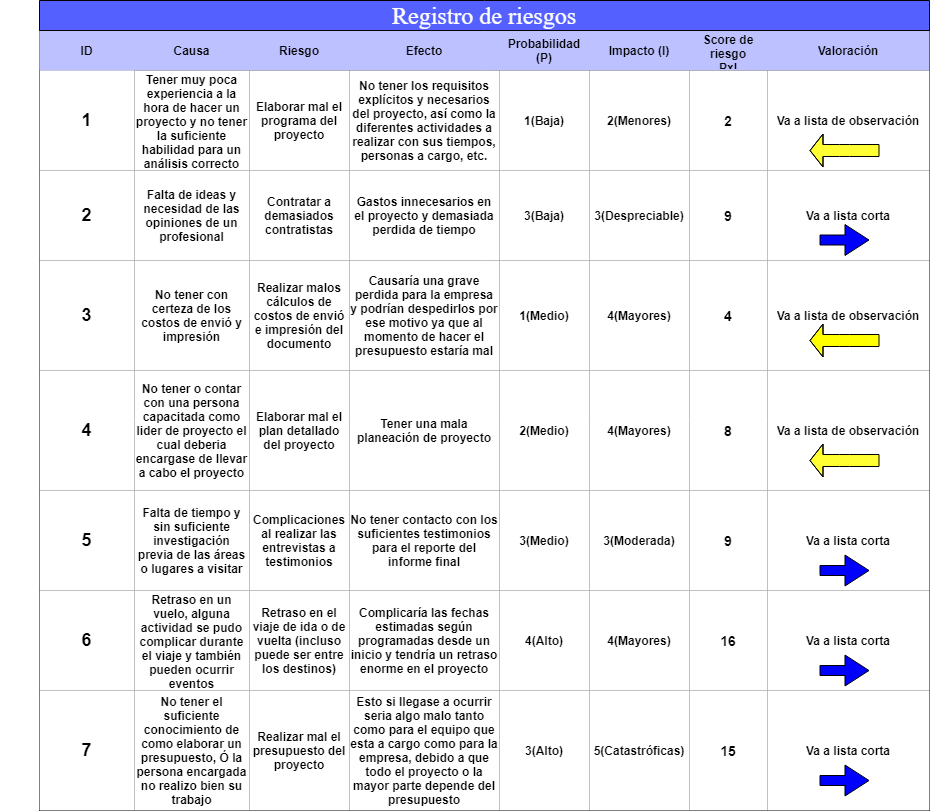
The draw.io diagram Un centro de investigación sin fines de lucro - Matriz de contigencia.png in DanielQwer97/hola, before a commit. Source tidied: cells renumbered, new cells last; positions are measured from the earlier drawing's top-left corner, leaving out a move shared by most shapes.
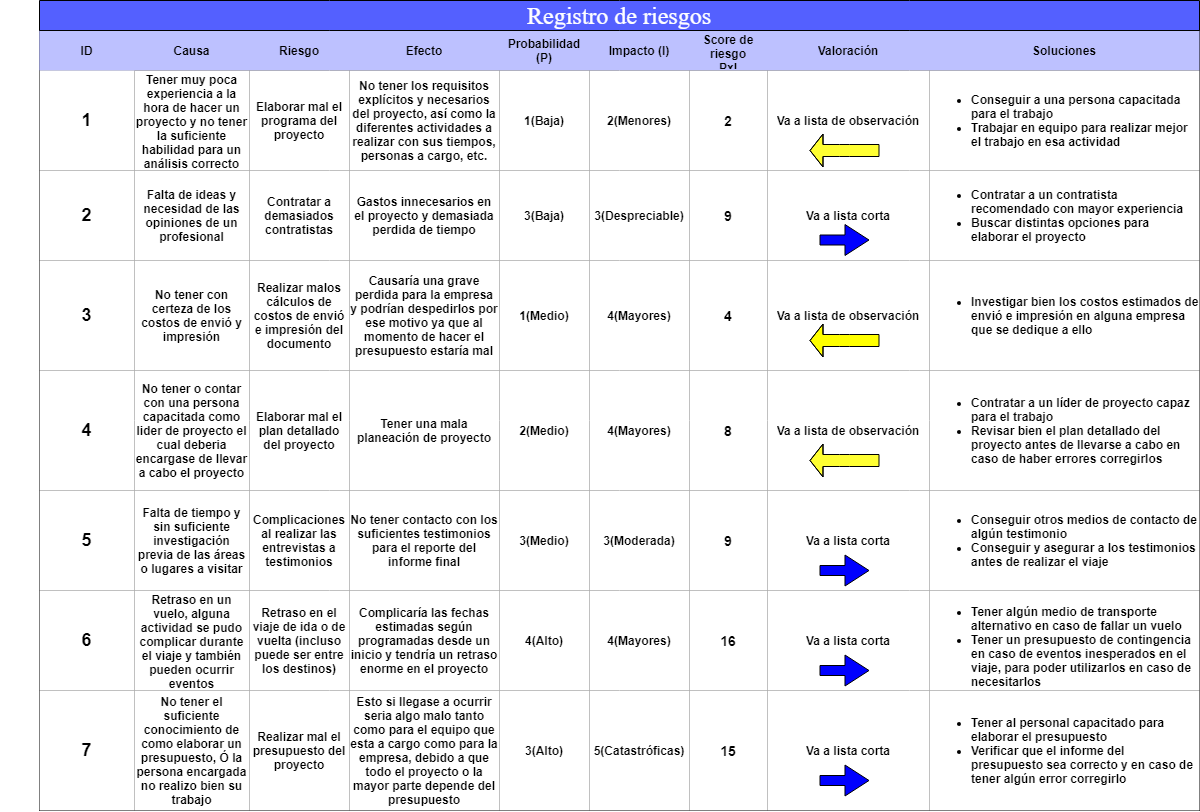
The same file after the commit.

Diff of the diagram source:
```diff
@@ -3,10 +3,10 @@
     <mxCell id="0" />
     <mxCell id="1" parent="0" />
     <mxCell id="2" style="shape=table;html=1;whiteSpace=wrap;startSize=0;" parent="1" vertex="1">
-      <mxGeometry x="45" y="30" width="890" height="780" as="geometry" />
+      <mxGeometry x="45" y="30" width="1160" height="780" as="geometry" />
     </mxCell>
     <mxCell id="3" style="shape=partialRectangle;html=1;whiteSpace=wrap;fillColor=#BDC1FF;top=0;left=0;bottom=0;right=0;" parent="2" vertex="1">
-      <mxGeometry width="890" height="40" as="geometry" />
+      <mxGeometry width="1160" height="40" as="geometry" />
     </mxCell>
     <mxCell id="4" value="&lt;b&gt;ID&lt;/b&gt;" style="shape=partialRectangle;html=1;whiteSpace=wrap;overflow=hidden;fillColor=#BDC1FF;top=0;left=0;bottom=0;right=0;" parent="3" vertex="1">
       <mxGeometry width="95" height="40" as="geometry" />
@@ -32,8 +32,11 @@
     <mxCell id="11" value="&lt;b&gt;Valoración&lt;/b&gt;" style="shape=partialRectangle;html=1;whiteSpace=wrap;overflow=hidden;fillColor=none;top=0;left=0;bottom=0;right=0;" parent="3" vertex="1">
       <mxGeometry x="728" width="162" height="40" as="geometry" />
     </mxCell>
+    <mxCell id="84" value="&lt;b&gt;Soluciones&lt;/b&gt;" style="shape=partialRectangle;html=1;whiteSpace=wrap;overflow=hidden;fillColor=none;top=0;left=0;bottom=0;right=0;" parent="3" vertex="1">
+      <mxGeometry x="890" width="270" height="40" as="geometry" />
+    </mxCell>
     <mxCell id="12" style="shape=partialRectangle;html=1;whiteSpace=wrap;fillColor=none;top=0;left=0;bottom=0;right=0;" parent="2" vertex="1">
-      <mxGeometry y="40" width="890" height="100" as="geometry" />
+      <mxGeometry y="40" width="1160" height="100" as="geometry" />
     </mxCell>
     <mxCell id="13" value="&lt;font style=&quot;font-size: 18px&quot;&gt;&lt;b&gt;1&lt;/b&gt;&lt;/font&gt;" style="shape=partialRectangle;html=1;whiteSpace=wrap;overflow=hidden;fillColor=#FFFFFF;top=0;left=0;bottom=0;right=0;shadow=1;" parent="12" vertex="1">
       <mxGeometry width="95" height="100" as="geometry" />
@@ -59,8 +62,11 @@
     <mxCell id="20" value="&lt;b&gt;Va a lista de observación&lt;/b&gt;" style="shape=partialRectangle;html=1;whiteSpace=wrap;overflow=hidden;fillColor=#FFFFFF;top=0;left=0;bottom=0;right=0;" parent="12" vertex="1">
       <mxGeometry x="728" width="162" height="100" as="geometry" />
     </mxCell>
+    <mxCell id="85" value="&lt;ul&gt;&lt;li&gt;&lt;b&gt;Conseguir a una persona capacitada para el trabajo&lt;/b&gt;&lt;/li&gt;&lt;li&gt;&lt;b&gt;Trabajar en equipo para realizar mejor el trabajo en esa actividad&lt;/b&gt;&lt;/li&gt;&lt;/ul&gt;" style="shape=partialRectangle;html=1;whiteSpace=wrap;overflow=hidden;fillColor=#FFFFFF;top=0;left=0;bottom=0;right=0;align=left;" parent="12" vertex="1">
+      <mxGeometry x="890" width="270" height="100" as="geometry" />
+    </mxCell>
     <mxCell id="21" style="shape=partialRectangle;html=1;whiteSpace=wrap;fillColor=none;top=0;left=0;bottom=0;right=0;" parent="2" vertex="1">
-      <mxGeometry y="140" width="890" height="90" as="geometry" />
+      <mxGeometry y="140" width="1160" height="90" as="geometry" />
     </mxCell>
     <mxCell id="22" value="&lt;font style=&quot;font-size: 18px&quot;&gt;&lt;b&gt;2&lt;/b&gt;&lt;/font&gt;" style="shape=partialRectangle;html=1;whiteSpace=wrap;overflow=hidden;fillColor=#FFFFFF;top=0;left=0;bottom=0;right=0;" parent="21" vertex="1">
       <mxGeometry width="95" height="90" as="geometry" />
@@ -86,8 +92,11 @@
     <mxCell id="29" value="&lt;b&gt;Va a lista corta&lt;/b&gt;" style="shape=partialRectangle;html=1;whiteSpace=wrap;overflow=hidden;fillColor=#FFFFFF;top=0;left=0;bottom=0;right=0;" parent="21" vertex="1">
       <mxGeometry x="728" width="162" height="90" as="geometry" />
     </mxCell>
+    <mxCell id="86" value="&lt;ul&gt;&lt;li&gt;&lt;b&gt;Contratar a un contratista recomendado con mayor experiencia&lt;/b&gt;&lt;/li&gt;&lt;li&gt;&lt;b&gt;Buscar distintas opciones para elaborar el proyecto&lt;/b&gt;&lt;/li&gt;&lt;/ul&gt;" style="shape=partialRectangle;html=1;whiteSpace=wrap;overflow=hidden;fillColor=#FFFFFF;top=0;left=0;bottom=0;right=0;align=left;" parent="21" vertex="1">
+      <mxGeometry x="890" width="270" height="90" as="geometry" />
+    </mxCell>
     <mxCell id="30" style="shape=partialRectangle;html=1;whiteSpace=wrap;fillColor=none;top=0;left=0;bottom=0;right=0;" parent="2" vertex="1">
-      <mxGeometry y="230" width="890" height="110" as="geometry" />
+      <mxGeometry y="230" width="1160" height="110" as="geometry" />
     </mxCell>
     <mxCell id="31" value="&lt;font style=&quot;font-size: 18px&quot;&gt;&lt;b&gt;3&lt;/b&gt;&lt;/font&gt;" style="shape=partialRectangle;html=1;whiteSpace=wrap;overflow=hidden;fillColor=#FFFFFF;top=0;left=0;bottom=0;right=0;" parent="30" vertex="1">
       <mxGeometry width="95" height="110" as="geometry" />
@@ -113,8 +122,11 @@
     <mxCell id="38" value="&lt;b&gt;Va a lista de observación&lt;/b&gt;" style="shape=partialRectangle;html=1;whiteSpace=wrap;overflow=hidden;fillColor=#FFFFFF;top=0;left=0;bottom=0;right=0;" parent="30" vertex="1">
       <mxGeometry x="728" width="162" height="110" as="geometry" />
     </mxCell>
+    <mxCell id="87" value="&lt;ul&gt;&lt;li&gt;&lt;b&gt;Investigar bien los costos estimados de envió e impresión en alguna empresa que se dedique a ello&lt;/b&gt;&lt;/li&gt;&lt;/ul&gt;" style="shape=partialRectangle;html=1;whiteSpace=wrap;overflow=hidden;fillColor=#FFFFFF;top=0;left=0;bottom=0;right=0;align=left;" parent="30" vertex="1">
+      <mxGeometry x="890" width="270" height="110" as="geometry" />
+    </mxCell>
     <mxCell id="39" style="shape=partialRectangle;html=1;whiteSpace=wrap;fillColor=none;top=0;left=0;bottom=0;right=0;" parent="2" vertex="1">
-      <mxGeometry y="340" width="890" height="120" as="geometry" />
+      <mxGeometry y="340" width="1160" height="120" as="geometry" />
     </mxCell>
     <mxCell id="40" value="&lt;font style=&quot;font-size: 18px&quot;&gt;&lt;b&gt;4&lt;/b&gt;&lt;/font&gt;" style="shape=partialRectangle;html=1;whiteSpace=wrap;overflow=hidden;fillColor=#FFFFFF;top=0;left=0;bottom=0;right=0;" parent="39" vertex="1">
       <mxGeometry width="95" height="120" as="geometry" />
@@ -140,8 +152,11 @@
     <mxCell id="47" value="&lt;b&gt;Va a lista de observación&lt;/b&gt;" style="shape=partialRectangle;html=1;whiteSpace=wrap;overflow=hidden;fillColor=#FFFFFF;top=0;left=0;bottom=0;right=0;" parent="39" vertex="1">
       <mxGeometry x="728" width="162" height="120" as="geometry" />
     </mxCell>
+    <mxCell id="88" value="&lt;ul&gt;&lt;li&gt;&lt;b&gt;Contratar a un líder de proyecto capaz para el trabajo&lt;/b&gt;&lt;/li&gt;&lt;li&gt;&lt;b&gt;Revisar bien el plan detallado del proyecto antes de llevarse a cabo en caso de haber errores corregirlos&lt;/b&gt;&lt;/li&gt;&lt;/ul&gt;" style="shape=partialRectangle;html=1;whiteSpace=wrap;overflow=hidden;fillColor=#FFFFFF;top=0;left=0;bottom=0;right=0;align=left;" parent="39" vertex="1">
+      <mxGeometry x="890" width="270" height="120" as="geometry" />
+    </mxCell>
     <mxCell id="48" style="shape=partialRectangle;html=1;whiteSpace=wrap;fillColor=none;top=0;left=0;bottom=0;right=0;" parent="2" vertex="1">
-      <mxGeometry y="460" width="890" height="100" as="geometry" />
+      <mxGeometry y="460" width="1160" height="100" as="geometry" />
     </mxCell>
     <mxCell id="49" value="&lt;font style=&quot;font-size: 18px&quot;&gt;&lt;b&gt;5&lt;/b&gt;&lt;/font&gt;" style="shape=partialRectangle;html=1;whiteSpace=wrap;overflow=hidden;fillColor=#FFFFFF;top=0;left=0;bottom=0;right=0;strokeColor=#BDC1FF;" parent="48" vertex="1">
       <mxGeometry width="95" height="100" as="geometry" />
@@ -167,8 +182,11 @@
     <mxCell id="56" value="&lt;b&gt;Va a lista corta&lt;/b&gt;" style="shape=partialRectangle;html=1;whiteSpace=wrap;overflow=hidden;fillColor=#FFFFFF;top=0;left=0;bottom=0;right=0;" parent="48" vertex="1">
       <mxGeometry x="728" width="162" height="100" as="geometry" />
     </mxCell>
+    <mxCell id="89" value="&lt;ul&gt;&lt;li&gt;&lt;b&gt;Conseguir otros medios de contacto de algún testimonio&lt;/b&gt;&lt;/li&gt;&lt;li&gt;&lt;b&gt;Conseguir y asegurar a los testimonios antes de realizar el viaje&lt;/b&gt;&lt;/li&gt;&lt;/ul&gt;" style="shape=partialRectangle;html=1;whiteSpace=wrap;overflow=hidden;fillColor=#FFFFFF;top=0;left=0;bottom=0;right=0;align=left;" parent="48" vertex="1">
+      <mxGeometry x="890" width="270" height="100" as="geometry" />
+    </mxCell>
     <mxCell id="57" style="shape=partialRectangle;html=1;whiteSpace=wrap;fillColor=none;top=0;left=0;bottom=0;right=0;" parent="2" vertex="1">
-      <mxGeometry y="560" width="890" height="100" as="geometry" />
+      <mxGeometry y="560" width="1160" height="100" as="geometry" />
     </mxCell>
     <mxCell id="58" value="&lt;font style=&quot;font-size: 18px&quot;&gt;&lt;b&gt;6&lt;/b&gt;&lt;/font&gt;" style="shape=partialRectangle;html=1;whiteSpace=wrap;overflow=hidden;fillColor=#FFFFFF;top=0;left=0;bottom=0;right=0;strokeColor=#BDC1FF;" parent="57" vertex="1">
       <mxGeometry width="95" height="100" as="geometry" />
@@ -194,8 +212,11 @@
     <mxCell id="65" value="&lt;b&gt;Va a lista corta&lt;/b&gt;" style="shape=partialRectangle;html=1;whiteSpace=wrap;overflow=hidden;fillColor=#FFFFFF;top=0;left=0;bottom=0;right=0;" parent="57" vertex="1">
       <mxGeometry x="728" width="162" height="100" as="geometry" />
     </mxCell>
+    <mxCell id="90" value="&lt;ul&gt;&lt;li&gt;&lt;b&gt;Tener algún medio de transporte alternativo en caso de fallar un vuelo&lt;/b&gt;&lt;/li&gt;&lt;li&gt;&lt;b&gt;Tener un presupuesto de contingencia en caso de eventos inesperados en el viaje, para poder utilizarlos en caso de necesitarlos&lt;/b&gt;&lt;/li&gt;&lt;/ul&gt;" style="shape=partialRectangle;html=1;whiteSpace=wrap;overflow=hidden;fillColor=#FFFFFF;top=0;left=0;bottom=0;right=0;align=left;" parent="57" vertex="1">
+      <mxGeometry x="890" width="270" height="100" as="geometry" />
+    </mxCell>
     <mxCell id="66" style="shape=partialRectangle;html=1;whiteSpace=wrap;fillColor=none;top=0;left=0;bottom=0;right=0;" parent="2" vertex="1">
-      <mxGeometry y="660" width="890" height="120" as="geometry" />
+      <mxGeometry y="660" width="1160" height="120" as="geometry" />
     </mxCell>
     <mxCell id="67" value="&lt;font style=&quot;font-size: 18px&quot;&gt;&lt;b&gt;7&lt;/b&gt;&lt;/font&gt;" style="shape=partialRectangle;html=1;whiteSpace=wrap;overflow=hidden;fillColor=#FFFFFF;top=0;left=0;bottom=0;right=0;strokeColor=#BDC1FF;" parent="66" vertex="1">
       <mxGeometry width="95" height="120" as="geometry" />
@@ -221,8 +242,11 @@
     <mxCell id="74" value="&lt;b&gt;Va a lista corta&lt;/b&gt;" style="shape=partialRectangle;html=1;whiteSpace=wrap;overflow=hidden;fillColor=#FFFFFF;top=0;left=0;bottom=0;right=0;" parent="66" vertex="1">
       <mxGeometry x="728" width="162" height="120" as="geometry" />
     </mxCell>
+    <mxCell id="91" value="&lt;ul&gt;&lt;li&gt;&lt;b&gt;Tener al personal capacitado para elaborar el presupuesto&lt;/b&gt;&lt;/li&gt;&lt;li&gt;&lt;b&gt;Verificar que el informe del presupuesto sea correcto y en caso de tener algún error corregirlo&lt;/b&gt;&lt;/li&gt;&lt;/ul&gt;" style="shape=partialRectangle;html=1;whiteSpace=wrap;overflow=hidden;fillColor=#FFFFFF;top=0;left=0;bottom=0;right=0;align=left;" parent="66" vertex="1">
+      <mxGeometry x="890" width="270" height="120" as="geometry" />
+    </mxCell>
-    <mxCell id="75" value="&lt;font face=&quot;Times New Roman&quot; style=&quot;font-size: 24px&quot; color=&quot;#ffffff&quot;&gt;Registro de riesgos&lt;br&gt;&lt;/font&gt;" style="whiteSpace=wrap;html=1;direction=north;fillColor=#5460FF;" parent="1" vertex="1">
-      <mxGeometry x="45" width="890" height="30" as="geometry" />
+    <mxCell id="75" value="&lt;font face=&quot;Times New Roman&quot; color=&quot;#ffffff&quot;&gt;&lt;font style=&quot;font-size: 24px&quot;&gt;Registro de riesgos&lt;/font&gt;&lt;br&gt;&lt;/font&gt;" style="whiteSpace=wrap;html=1;direction=north;fillColor=#5460FF;" parent="1" vertex="1">
+      <mxGeometry x="45" width="1160" height="30" as="geometry" />
     </mxCell>
     <mxCell id="76" value="&lt;font face=&quot;Times New Roman&quot; style=&quot;font-size: 24px&quot; color=&quot;#ffffff&quot;&gt;Consecuencias&lt;/font&gt;" style="text;html=1;strokeColor=none;fillColor=none;align=center;verticalAlign=middle;whiteSpace=wrap;rounded=0;rotation=270;" parent="1" vertex="1">
       <mxGeometry y="230" width="40" height="20" as="geometry" />
```
